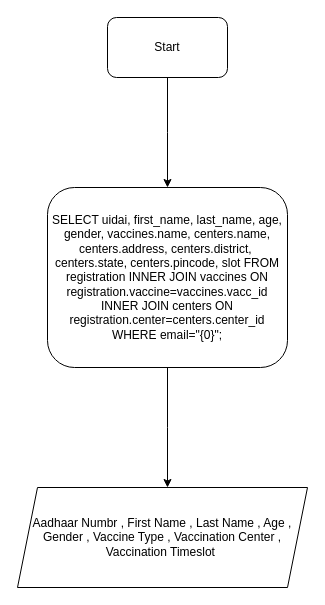
Earlier version of the draw.io diagram flowchart/Showmydetails.drawio (quantum-corn/vaxer). Source tidied: cells renumbered, new cells numbered last; positions are measured from the earlier drawing's top-left corner, leaving out a move shared by most shapes. Both pictures are drawn from the tidied source at 100%, with x=0, y=0 at pixel (17, 17).
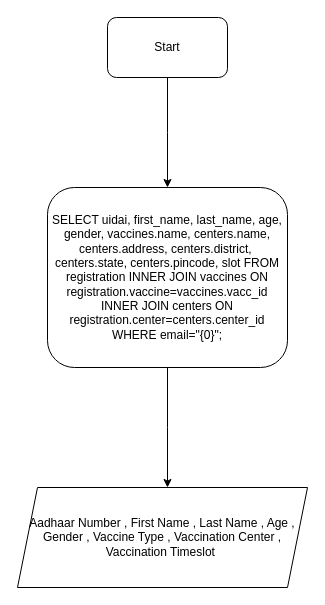
Above is the later version.

What changed in the source:
```diff
@@
 <mxGraphModel>
   <root>
     <mxCell id="0" />
     <mxCell id="1" parent="0" />
     <mxCell id="2" style="edgeStyle=orthogonalEdgeStyle;rounded=0;jettySize=auto;html=1;" parent="1" edge="1" source="3">
       <mxGeometry relative="1" as="geometry">
         <mxPoint x="150" y="170" as="targetPoint" />
       </mxGeometry>
     </mxCell>
     <mxCell id="3" value="Start" style="rounded=1;whiteSpace=wrap;html=1;" parent="1" vertex="1">
       <mxGeometry x="90" width="120" height="60" as="geometry" />
     </mxCell>
     <mxCell id="4" style="edgeStyle=orthogonalEdgeStyle;rounded=0;jettySize=auto;html=1;" parent="1" edge="1" source="5">
       <mxGeometry relative="1" as="geometry">
         <mxPoint x="150" y="470" as="targetPoint" />
       </mxGeometry>
     </mxCell>
     <mxCell id="5" value="SELECT uidai, first_name, last_name, age, gender, vaccines.name, centers.name, centers.address, centers.district,&amp;nbsp; centers.state, centers.pincode, slot FROM registration INNER JOIN vaccines ON registration.vaccine=vaccines.vacc_id INNER JOIN centers ON registration.center=centers.center_id WHERE email=&quot;{0}&quot;;" style="rounded=1;whiteSpace=wrap;html=1;" parent="1" vertex="1">
       <mxGeometry x="30" y="170" width="240" height="180" as="geometry" />
     </mxCell>
-    <mxCell id="6" value="Aadhaar Numbr , First Name , Last Name , Age , Gender , Vaccine Type , Vaccination Center , Vaccination Timeslot&amp;nbsp;" style="shape=parallelogram;perimeter=parallelogramPerimeter;whiteSpace=wrap;html=1;fixedSize=1;align=center;" parent="1" vertex="1">
+    <mxCell id="6" value="Aadhaar Number , First Name , Last Name , Age , Gender , Vaccine Type , Vaccination Center , Vaccination Timeslot&amp;nbsp;" style="shape=parallelogram;perimeter=parallelogramPerimeter;whiteSpace=wrap;html=1;fixedSize=1;align=center;" parent="1" vertex="1">
       <mxGeometry y="470" width="290" height="100" as="geometry" />
     </mxCell>
   </root>
 </mxGraphModel>
```
